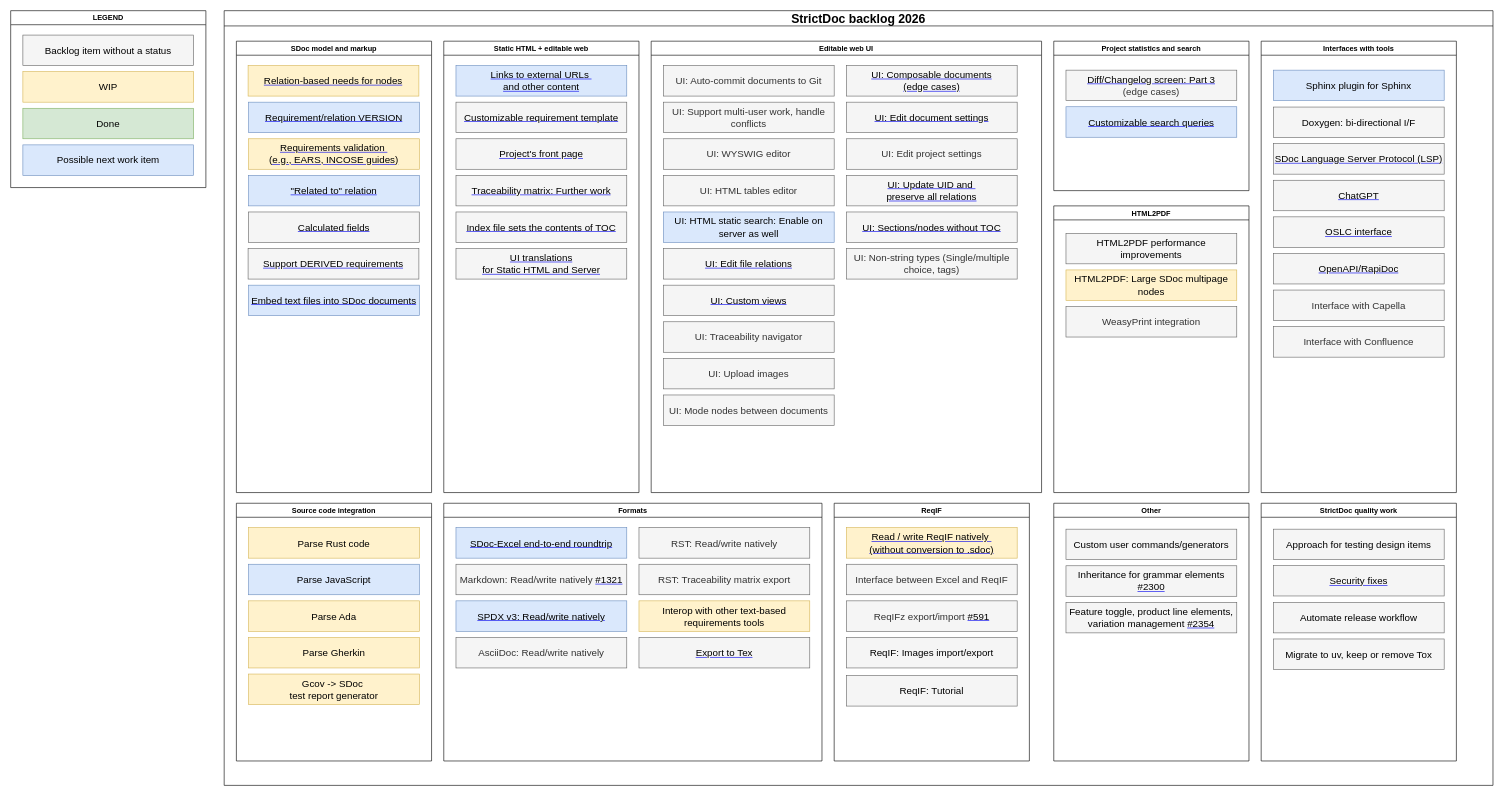
This is page "Backlog — 2026" (1 of 2) of developer/drawio/Backlog.drawio from strictdoc-project/strictdoc, a draw.io file, before an edit. Source tidied: cells renumbered, new cells numbered last; positions are measured from the earlier drawing's top-left corner, leaving out a move shared by most shapes. Both pictures are drawn from the tidied source at 61%, with x=0, y=0 at pixel (10, 10).
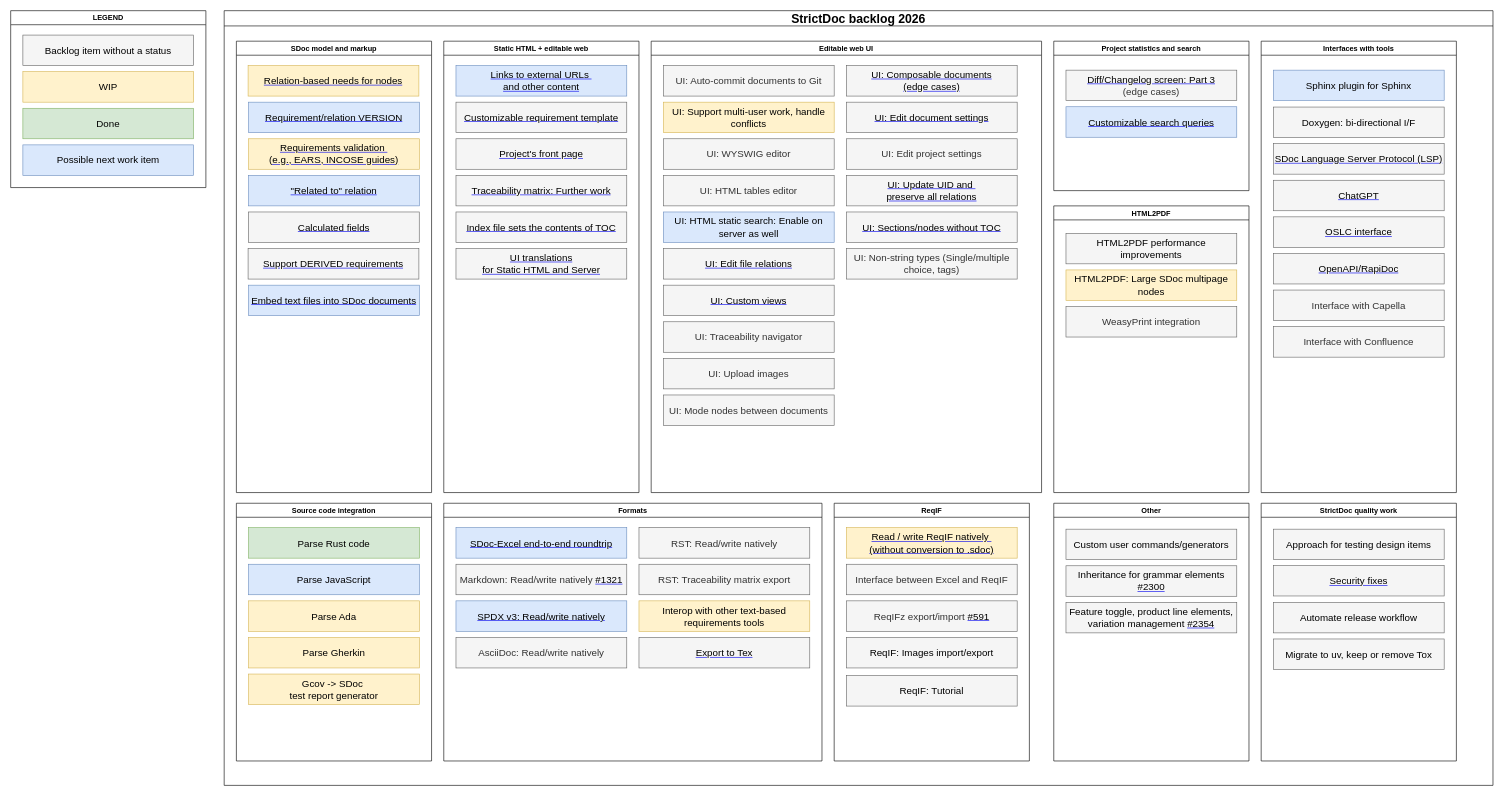
Above is the later version.

Commit message (it also covers changes not shown here):
docs: update Roadmap and Backlog

Unchanged cells that the change refers to:
```xml
<mxCell id="24" value="Editable web UI" style="swimlane;" parent="2" vertex="1">
  <mxGeometry x="700" y="50" width="640" height="740" as="geometry" />
</mxCell>
<mxCell id="66" value="Source code integration" style="swimlane;" parent="2" vertex="1">
  <mxGeometry x="20" y="807.5" width="320" height="422.5" as="geometry" />
</mxCell>
```

What changed in the source:
```diff
@@
-    <mxCell id="33" value="UI: Support multi-user work, handle conflicts" style="text;html=1;strokeColor=#666666;fillColor=#f5f5f5;align=center;verticalAlign=middle;whiteSpace=wrap;rounded=0;fontStyle=0;fontSize=16;fontColor=#333333;" parent="24" vertex="1">
+    <mxCell id="33" value="UI: Support multi-user work, handle conflicts" style="text;html=1;strokeColor=#d6b656;fillColor=#fff2cc;align=center;verticalAlign=middle;whiteSpace=wrap;rounded=0;fontStyle=0;fontSize=16;" parent="24" vertex="1">
       <mxGeometry x="20" y="100" width="280" height="50" as="geometry" />
     </mxCell>
@@
-    <mxCell id="67" value="Parse Rust code" style="text;html=1;strokeColor=#d6b656;fillColor=#fff2cc;align=center;verticalAlign=middle;whiteSpace=wrap;rounded=0;fontStyle=0;fontSize=16;" parent="66" vertex="1">
+    <mxCell id="67" value="Parse Rust code" style="text;html=1;strokeColor=#82b366;fillColor=#d5e8d4;align=center;verticalAlign=middle;whiteSpace=wrap;rounded=0;fontStyle=0;fontSize=16;" parent="66" vertex="1">
       <mxGeometry x="20" y="40" width="280" height="50" as="geometry" />
     </mxCell>
```
